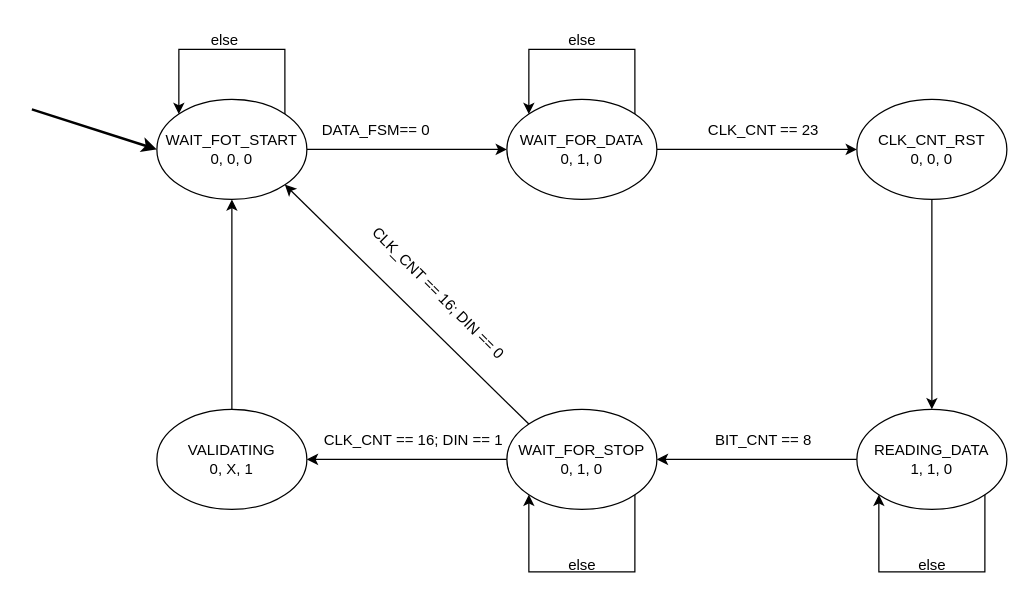
This is INC_FSM.drawio from ArturSultanov/inc_project, a draw.io file, before an edit. Source tidied: cells renumbered, new cells numbered last; positions are measured from the earlier drawing's top-left corner, leaving out a move shared by most shapes. Both pictures are drawn from the tidied source at 125%, with x=0, y=0 at pixel (31, 21).
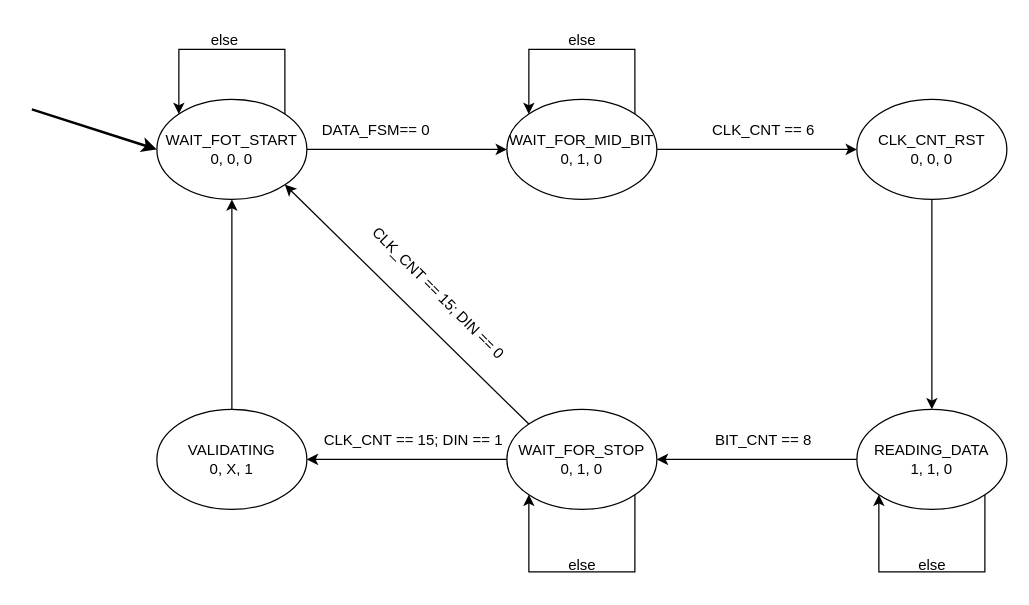
Above is the later version.

What changed in the source:
```diff
@@
-    <mxCell id="11" value="WAIT_FOR_DATA&lt;br&gt;0, 1, 0" style="ellipse;whiteSpace=wrap;html=1;" parent="1" vertex="1">
+    <mxCell id="11" value="WAIT_FOR_MID_BIT&lt;br&gt;0, 1, 0" style="ellipse;whiteSpace=wrap;html=1;" parent="1" vertex="1">
       <mxGeometry x="380" y="62" width="120" height="80" as="geometry" />
     </mxCell>
@@
-    <mxCell id="19" value="CLK_CNT == 23" style="text;html=1;align=center;verticalAlign=middle;strokeColor=none;fillColor=none;" parent="1" vertex="1">
+    <mxCell id="19" value="CLK_CNT == 6" style="text;html=1;align=center;verticalAlign=middle;strokeColor=none;fillColor=none;" parent="1" vertex="1">
       <mxGeometry x="530" y="72" width="110" height="30" as="geometry" />
     </mxCell>
@@
-    <mxCell id="21" value="CLK_CNT == 16; DIN == 1" style="text;html=1;align=center;verticalAlign=middle;strokeColor=none;fillColor=none;" parent="1" vertex="1">
+    <mxCell id="21" value="CLK_CNT == 15; DIN == 1" style="text;html=1;align=center;verticalAlign=middle;strokeColor=none;fillColor=none;" parent="1" vertex="1">
       <mxGeometry x="220" y="320" width="170" height="30" as="geometry" />
     </mxCell>
-    <mxCell id="22" value="CLK_CNT == 16; DIN == 0" style="text;html=1;align=center;verticalAlign=middle;strokeColor=none;fillColor=none;rotation=45;" parent="1" vertex="1">
+    <mxCell id="22" value="CLK_CNT == 15; DIN == 0" style="text;html=1;align=center;verticalAlign=middle;strokeColor=none;fillColor=none;rotation=45;" parent="1" vertex="1">
       <mxGeometry x="240" y="202" width="170" height="30" as="geometry" />
     </mxCell>
```
